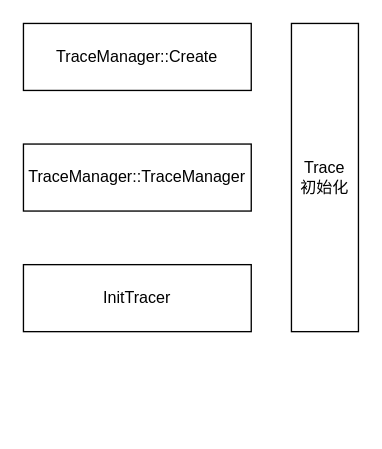
The draw.io diagram trace.drawio in xiazi-yu/triton-server-read, before the edit. Source tidied: cells renumbered, new cells numbered last; positions are measured from the earlier drawing's top-left corner, leaving out a move shared by most shapes. Both pictures are drawn from the tidied source at 134%, with x=0, y=0 at pixel (23, 23).
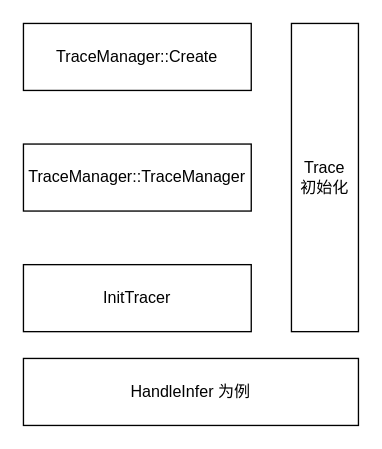
Above is the later version.

Diff of the diagram source:
```diff
@@
 <mxGraphModel>
   <root>
     <mxCell id="0" />
     <mxCell id="1" parent="0" />
     <mxCell id="2" value="TraceManager::Create" style="rounded=0;whiteSpace=wrap;html=1;" parent="1" vertex="1">
       <mxGeometry width="170" height="50" as="geometry" />
     </mxCell>
     <mxCell id="3" value="TraceManager::TraceManager" style="rounded=0;whiteSpace=wrap;html=1;" parent="1" vertex="1">
       <mxGeometry y="90" width="170" height="50" as="geometry" />
     </mxCell>
     <mxCell id="4" value="InitTracer" style="rounded=0;whiteSpace=wrap;html=1;" parent="1" vertex="1">
       <mxGeometry y="180" width="170" height="50" as="geometry" />
     </mxCell>
     <mxCell id="5" value="Trace&lt;div&gt;初始化&lt;/div&gt;" style="rounded=0;whiteSpace=wrap;html=1;" parent="1" vertex="1">
       <mxGeometry x="200" width="50" height="230" as="geometry" />
     </mxCell>
+    <mxCell id="6" value="HandleInfer 为例" style="rounded=0;whiteSpace=wrap;html=1;" parent="1" vertex="1">
+      <mxGeometry y="250" width="250" height="50" as="geometry" />
+    </mxCell>
   </root>
 </mxGraphModel>
```
